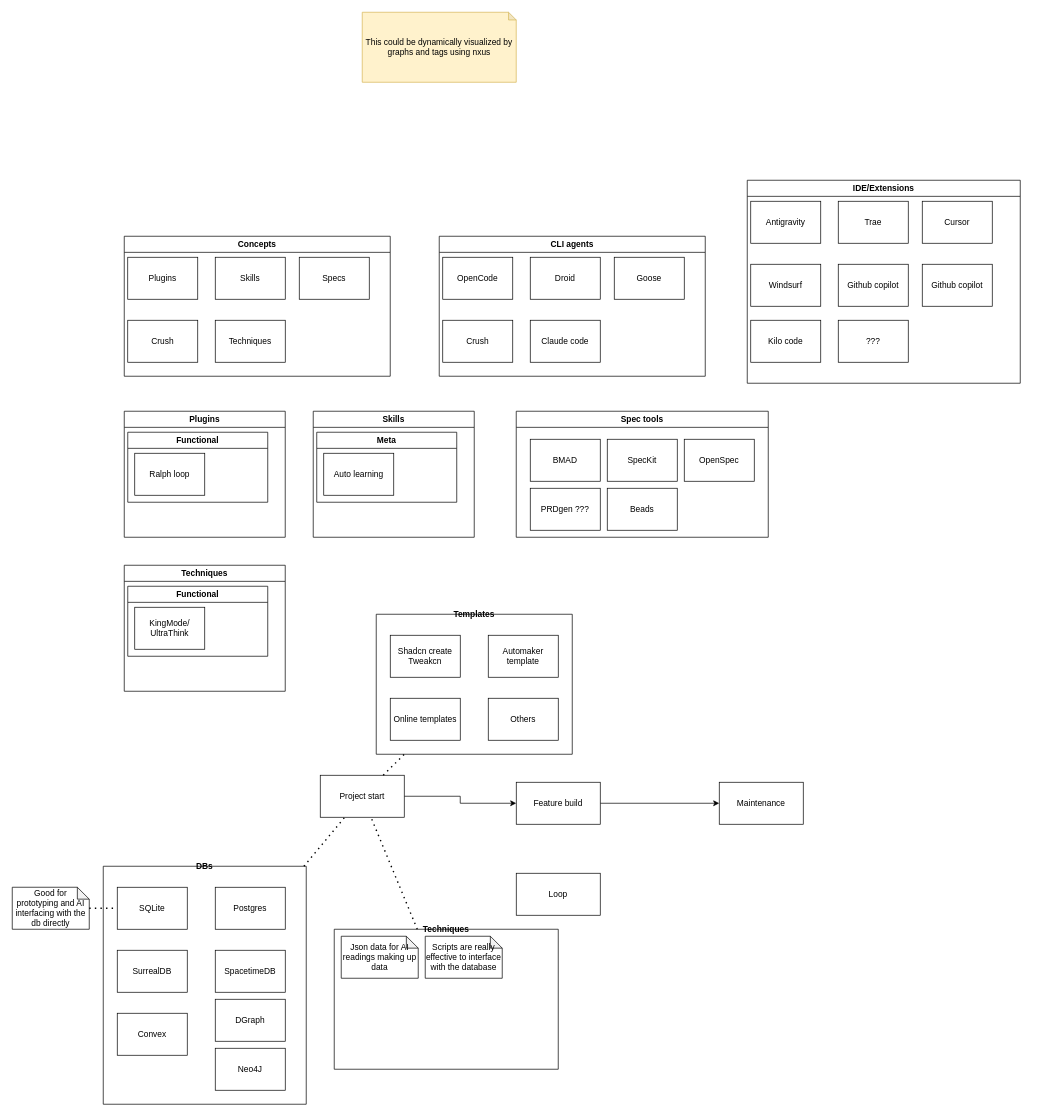
Above: apps/nxus-core/src/data/apps/_scripts/AI workflow.drawio in popemkt/nxus (draw.io), before the change. Source tidied: cells renumbered, new cells numbered last; positions are measured from the earlier drawing's top-left corner, leaving out a move shared by most shapes. Both pictures are drawn from the tidied source at 70%, with x=0, y=0 at pixel (12, 12).
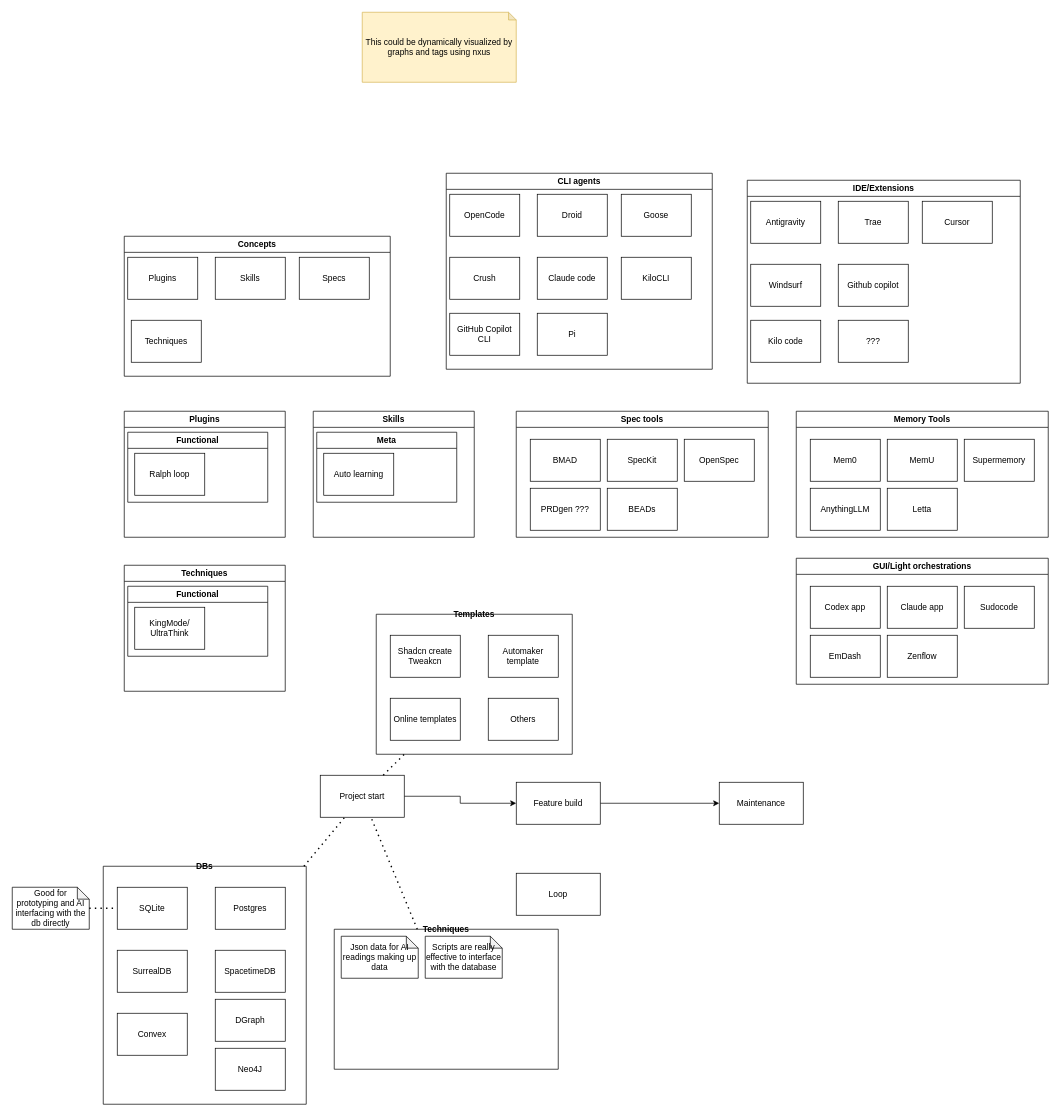
Above is the later version.

Unchanged cells that the change refers to:
```xml
<mxCell id="9" value="Concepts" style="swimlane;whiteSpace=wrap;html=1;" parent="1" vertex="1">
  <mxGeometry x="160" y="320" width="380" height="200" as="geometry" />
</mxCell>
<mxCell id="21" value="Spec tools" style="swimlane;whiteSpace=wrap;html=1;" parent="1" vertex="1">
  <mxGeometry x="720" y="570" width="360" height="180" as="geometry" />
</mxCell>
<mxCell id="30" value="IDE/Extensions" style="swimlane;whiteSpace=wrap;html=1;" parent="1" vertex="1">
  <mxGeometry x="1050" y="240" width="390" height="290" as="geometry" />
</mxCell>
```

What changed in the source:
```diff
@@
     <mxCell id="2" value="CLI agents" style="swimlane;whiteSpace=wrap;html=1;" parent="1" vertex="1">
-      <mxGeometry x="610" y="320" width="380" height="200" as="geometry" />
+      <mxGeometry x="620" y="230" width="380" height="280" as="geometry" />
     </mxCell>
@@
+    <mxCell id="66" value="KiloCLI" style="rounded=0;whiteSpace=wrap;html=1;" parent="2" vertex="1">
+      <mxGeometry x="250" y="120" width="100" height="60" as="geometry" />
+    </mxCell>
+    <mxCell id="67" value="GitHub Copilot CLI" style="rounded=0;whiteSpace=wrap;html=1;" parent="2" vertex="1">
+      <mxGeometry x="5" y="200" width="100" height="60" as="geometry" />
+    </mxCell>
+    <mxCell id="68" value="Pi" style="rounded=0;whiteSpace=wrap;html=1;" parent="2" vertex="1">
+      <mxGeometry x="130" y="200" width="100" height="60" as="geometry" />
+    </mxCell>
@@
-    <mxCell id="13" value="Crush" style="rounded=0;whiteSpace=wrap;html=1;" parent="9" vertex="1">
-      <mxGeometry x="5" y="120" width="100" height="60" as="geometry" />
-    </mxCell>
     <mxCell id="14" value="Techniques" style="rounded=0;whiteSpace=wrap;html=1;" parent="9" vertex="1">
-      <mxGeometry x="130" y="120" width="100" height="60" as="geometry" />
+      <mxGeometry x="10" y="120" width="100" height="60" as="geometry" />
     </mxCell>
@@
-    <mxCell id="26" value="Beads" style="rounded=0;whiteSpace=wrap;html=1;" parent="21" vertex="1">
+    <mxCell id="26" value="BEADs" style="rounded=0;whiteSpace=wrap;html=1;" parent="21" vertex="1">
       <mxGeometry x="130" y="110" width="100" height="60" as="geometry" />
     </mxCell>
@@
-    <mxCell id="36" value="Github copilot" style="rounded=0;whiteSpace=wrap;html=1;" parent="30" vertex="1">
-      <mxGeometry x="250" y="120" width="100" height="60" as="geometry" />
-    </mxCell>
@@
+    <mxCell id="69" value="Memory Tools" style="swimlane;whiteSpace=wrap;html=1;" parent="1" vertex="1">
+      <mxGeometry x="1120" y="570" width="360" height="180" as="geometry" />
+    </mxCell>
+    <mxCell id="70" value="Mem0" style="rounded=0;whiteSpace=wrap;html=1;" parent="69" vertex="1">
+      <mxGeometry x="20" y="40" width="100" height="60" as="geometry" />
+    </mxCell>
+    <mxCell id="71" value="MemU" style="rounded=0;whiteSpace=wrap;html=1;" parent="69" vertex="1">
+      <mxGeometry x="130" y="40" width="100" height="60" as="geometry" />
+    </mxCell>
+    <mxCell id="72" value="Supermemory" style="rounded=0;whiteSpace=wrap;html=1;" parent="69" vertex="1">
+      <mxGeometry x="240" y="40" width="100" height="60" as="geometry" />
+    </mxCell>
+    <mxCell id="73" value="AnythingLLM" style="rounded=0;whiteSpace=wrap;html=1;" parent="69" vertex="1">
+      <mxGeometry x="20" y="110" width="100" height="60" as="geometry" />
+    </mxCell>
+    <mxCell id="74" value="Letta" style="rounded=0;whiteSpace=wrap;html=1;" parent="69" vertex="1">
+      <mxGeometry x="130" y="110" width="100" height="60" as="geometry" />
+    </mxCell>
+    <mxCell id="75" value="GUI/Light orchestrations" style="swimlane;whiteSpace=wrap;html=1;" parent="1" vertex="1">
+      <mxGeometry x="1120" y="780" width="360" height="180" as="geometry" />
+    </mxCell>
+    <mxCell id="76" value="Codex app" style="rounded=0;whiteSpace=wrap;html=1;" parent="75" vertex="1">
+      <mxGeometry x="20" y="40" width="100" height="60" as="geometry" />
+    </mxCell>
+    <mxCell id="77" value="Claude app" style="rounded=0;whiteSpace=wrap;html=1;" parent="75" vertex="1">
+      <mxGeometry x="130" y="40" width="100" height="60" as="geometry" />
+    </mxCell>
+    <mxCell id="78" value="Sudocode" style="rounded=0;whiteSpace=wrap;html=1;" parent="75" vertex="1">
+      <mxGeometry x="240" y="40" width="100" height="60" as="geometry" />
+    </mxCell>
+    <mxCell id="79" value="EmDash" style="rounded=0;whiteSpace=wrap;html=1;" parent="75" vertex="1">
+      <mxGeometry x="20" y="110" width="100" height="60" as="geometry" />
+    </mxCell>
+    <mxCell id="80" value="Zenflow" style="rounded=0;whiteSpace=wrap;html=1;" parent="75" vertex="1">
+      <mxGeometry x="130" y="110" width="100" height="60" as="geometry" />
+    </mxCell>
```
